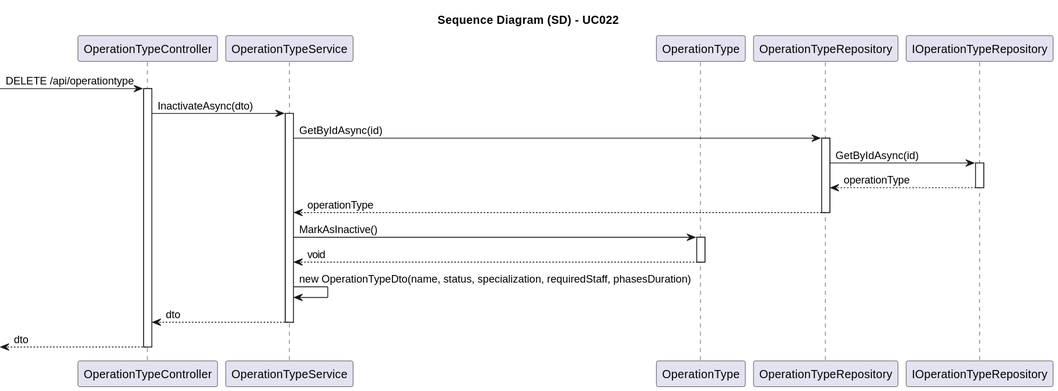
Above: docs/SprintA/UseCases/UC022/03.design/svg/uc022-sequence-diagram.svg in 1221124/sem5pi-24-25-g031 (PlantUML), before the change.
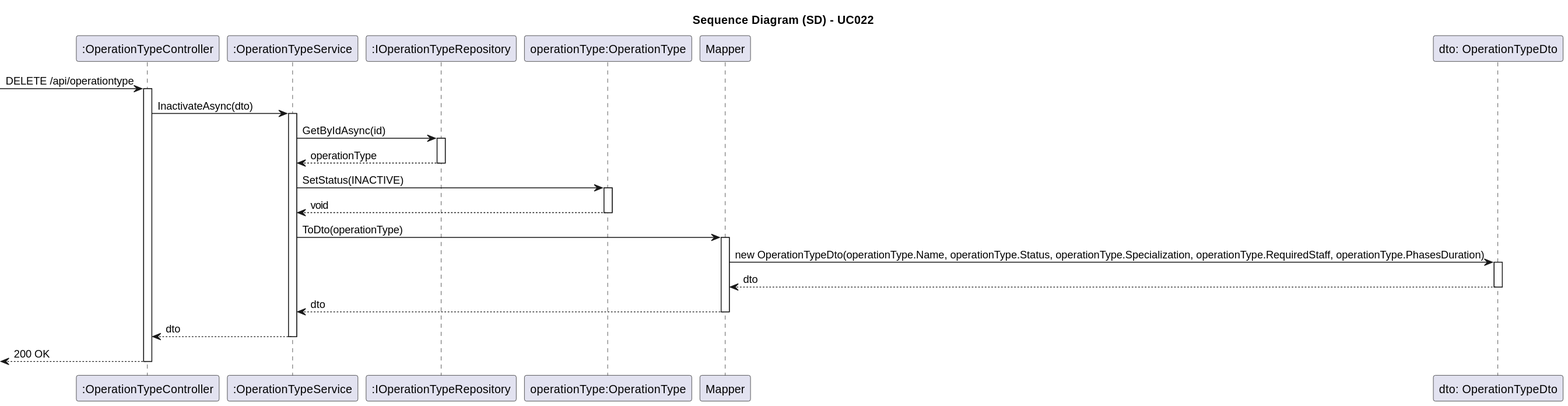
The same file after the commit.

What changed in the source:
```diff
@@ -6,11 +6,12 @@
 
 title Sequence Diagram (SD) - UC022
 
-participant "OperationTypeController" as Controller
-participant "OperationTypeService" as Service
-participant "OperationType" as Domain
-participant "OperationTypeRepository" as Repository
-participant "IOperationTypeRepository" as IRepo
+participant ":OperationTypeController" as Controller
+participant ":OperationTypeService" as Service
+participant ":IOperationTypeRepository" as IRepo
+participant "operationType:OperationType" as Domain
+participant "Mapper" as Mapper
+participant "dto: OperationTypeDto" as Dto
 
 -> Controller: DELETE /api/operationtype
 
@@ -20,23 +21,15 @@
 
     activate Service
 
-        Service -> Repository: GetByIdAsync(id)
+        Service -> IRepo: GetByIdAsync(id)
 
-        activate Repository
+        activate IRepo
 
-            Repository -> IRepo: GetByIdAsync(id)
+            IRepo --> Service: operationType
 
-            activate IRepo
+        deactivate IRepo
 
-                IRepo --> Repository: operationType
-
-            deactivate IRepo
-
-            Repository --> Service: operationType
-
-        deactivate Repository
-
-        Service -> Domain: MarkAsInactive()
+        Service -> Domain: SetStatus(INACTIVE)
 
         activate Domain
 
@@ -44,13 +37,27 @@
 
         deactivate Domain
 
-        Service -> Service: new OperationTypeDto(name, status, specialization, requiredStaff, phasesDuration)
+        Service -> Mapper: ToDto(operationType)
+
+        activate Mapper
+
+            Mapper -> Dto: new OperationTypeDto(operationType.Name, operationType.Status, operationType.Specialization, operationType.RequiredStaff, operationType.PhasesDuration)
+
+            activate Dto
+
+                Dto --> Mapper: dto
+
+            deactivate Dto
+
+            Mapper --> Service: dto
+
+        deactivate Mapper
 
         Service --> Controller: dto
 
     deactivate Service
 
-    <-- Controller: dto
+    <-- Controller: 200 OK
 
 deactivate Controller
 @enduml
```
